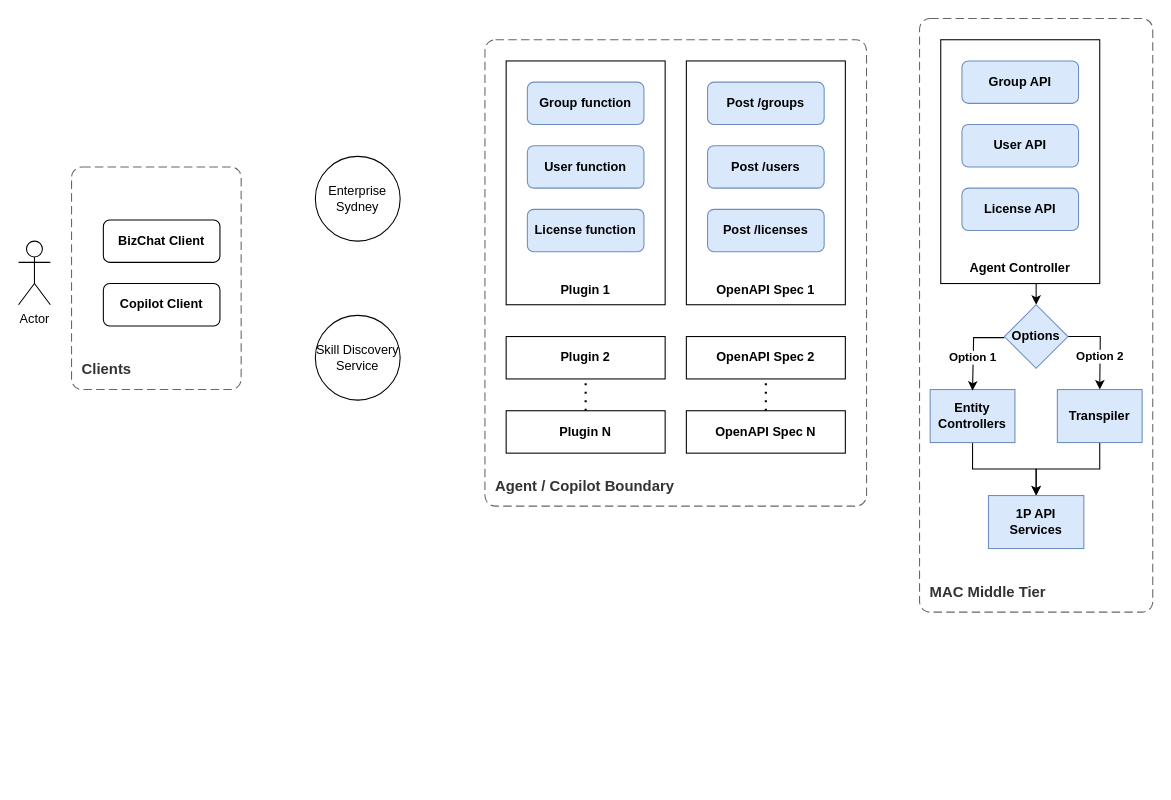
The draw.io diagram POCDesignReview.drawio in prshelke/DrawIO, before the edit. Source tidied: cells renumbered, new cells numbered last; positions are measured from the earlier drawing's top-left corner, leaving out a move shared by most shapes. Both pictures are drawn from the tidied source at 106%, with x=0, y=0 at pixel (18, 18).
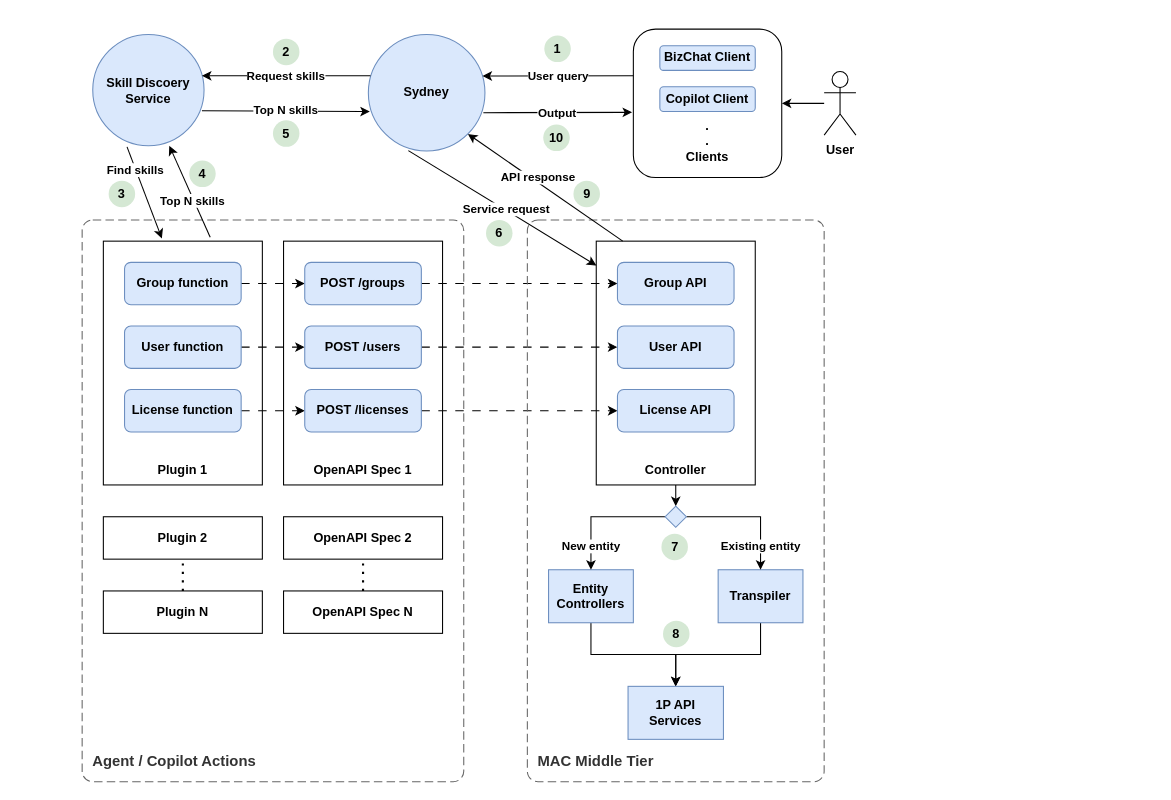
After the change.

The edit, as a diff of the source:
```diff
@@
-    <mxCell id="2" value="Actor" style="shape=umlActor;verticalLabelPosition=bottom;verticalAlign=top;html=1;outlineConnect=0;" parent="1" vertex="1">
-      <mxGeometry y="210" width="30" height="60" as="geometry" />
-    </mxCell>
-    <mxCell id="3" value="&lt;b&gt;BizChat Client&lt;/b&gt;" style="rounded=1;whiteSpace=wrap;html=1;" parent="1" vertex="1">
-      <mxGeometry x="80" y="190" width="110" height="40" as="geometry" />
-    </mxCell>
-    <object id="4" label="&lt;font style=&quot;font-size: 14px&quot;&gt;&lt;b&gt;&lt;div style=&quot;text-align: left&quot;&gt;%c4Name%&lt;/div&gt;&lt;/b&gt;&lt;/font&gt;" c4Name="Clients" placeholders="1">
-      <mxCell style="rounded=1;fontSize=11;whiteSpace=wrap;html=1;dashed=1;arcSize=20;fillColor=none;strokeColor=#666666;fontColor=#333333;labelBackgroundColor=none;align=left;verticalAlign=bottom;labelBorderColor=none;spacingTop=0;spacing=10;dashPattern=8 4;perimeter=rectanglePerimeter;noLabel=0;labelPadding=0;absoluteArcSize=1;" parent="1" vertex="1">
-        <mxGeometry x="50" y="140" width="160" height="210" as="geometry" />
-      </mxCell>
-    </object>
-    <mxCell id="5" value="Enterprise Sydney" style="ellipse;whiteSpace=wrap;html=1;" parent="1" vertex="1">
-      <mxGeometry x="280" y="130" width="80" height="80" as="geometry" />
+    <mxCell id="5" value="Sydney" style="ellipse;whiteSpace=wrap;html=1;fontStyle=1;fillColor=#dae8fc;strokeColor=#6c8ebf;" parent="1" vertex="1">
+      <mxGeometry x="330" y="15" width="110" height="110" as="geometry" />
     </mxCell>
-    <object id="6" label="&lt;font style=&quot;font-size: 14px&quot;&gt;&lt;b&gt;&lt;div style=&quot;text-align: right&quot;&gt;%c4Name%&lt;/div&gt;&lt;/b&gt;&lt;/font&gt;" c4Name="Agent / Copilot Boundary" placeholders="1">
+    <object id="6" label="&lt;font style=&quot;font-size: 14px&quot;&gt;&lt;b&gt;&lt;div style=&quot;text-align: right&quot;&gt;%c4Name%&lt;/div&gt;&lt;/b&gt;&lt;/font&gt;" c4Name="Agent / Copilot Actions" placeholders="1">
       <mxCell style="rounded=1;fontSize=11;whiteSpace=wrap;html=1;dashed=1;arcSize=20;fillColor=none;strokeColor=#666666;fontColor=#333333;labelBackgroundColor=none;align=left;verticalAlign=bottom;labelBorderColor=none;spacingTop=0;spacing=10;dashPattern=8 4;perimeter=rectanglePerimeter;noLabel=0;labelPadding=0;absoluteArcSize=1;" parent="1" vertex="1">
-        <mxGeometry x="440" y="20" width="360" height="440" as="geometry" />
+        <mxGeometry x="60" y="190" width="360" height="530" as="geometry" />
       </mxCell>
     </object>
     <mxCell id="7" value="&lt;div&gt;&lt;br&gt;&lt;/div&gt;&lt;div&gt;&lt;br&gt;&lt;/div&gt;&lt;div&gt;&lt;br&gt;&lt;/div&gt;&lt;div&gt;&lt;br&gt;&lt;/div&gt;&lt;div&gt;&lt;br&gt;&lt;/div&gt;&lt;div&gt;&lt;br&gt;&lt;/div&gt;&lt;div&gt;&lt;br&gt;&lt;/div&gt;&lt;div&gt;&lt;br&gt;&lt;/div&gt;&lt;div&gt;&lt;br&gt;&lt;/div&gt;&lt;div&gt;&lt;br&gt;&lt;/div&gt;&lt;div&gt;&lt;br&gt;&lt;/div&gt;&lt;div&gt;&lt;br&gt;&lt;/div&gt;&lt;div&gt;&lt;br&gt;&lt;/div&gt;&lt;div&gt;&lt;br&gt;&lt;/div&gt;&lt;b&gt;Plugin 1&lt;/b&gt;" style="rounded=0;whiteSpace=wrap;html=1;" parent="1" vertex="1">
-      <mxGeometry x="460" y="40" width="150" height="230" as="geometry" />
+      <mxGeometry x="80" y="210" width="150" height="230" as="geometry" />
     </mxCell>
     <mxCell id="8" value="&lt;b&gt;Plugin 2&lt;/b&gt;" style="rounded=0;whiteSpace=wrap;html=1;" parent="1" vertex="1">
-      <mxGeometry x="460" y="300" width="150" height="40" as="geometry" />
+      <mxGeometry x="80" y="470" width="150" height="40" as="geometry" />
     </mxCell>
     <mxCell id="9" value="&lt;b&gt;Plugin N&lt;/b&gt;" style="rounded=0;whiteSpace=wrap;html=1;" parent="1" vertex="1">
-      <mxGeometry x="460" y="370" width="150" height="40" as="geometry" />
+      <mxGeometry x="80" y="540" width="150" height="40" as="geometry" />
     </mxCell>
@@
+    <mxCell id="15" value="&lt;div&gt;&lt;br&gt;&lt;/div&gt;&lt;div&gt;&lt;br&gt;&lt;/div&gt;&lt;div&gt;&lt;br&gt;&lt;/div&gt;&lt;div&gt;&lt;br&gt;&lt;/div&gt;&lt;div&gt;&lt;br&gt;&lt;/div&gt;&lt;div&gt;&lt;br&gt;&lt;/div&gt;&lt;div&gt;&lt;br&gt;&lt;/div&gt;&lt;div&gt;&lt;br&gt;&lt;/div&gt;&lt;div&gt;&lt;br&gt;&lt;/div&gt;&lt;div&gt;&lt;br&gt;&lt;/div&gt;&lt;div&gt;&lt;br&gt;&lt;/div&gt;&lt;div&gt;&lt;br&gt;&lt;/div&gt;&lt;div&gt;&lt;br&gt;&lt;/div&gt;&lt;div&gt;&lt;br&gt;&lt;/div&gt;&lt;b&gt;OpenAPI Spec 1&lt;/b&gt;" style="rounded=0;whiteSpace=wrap;html=1;" parent="1" vertex="1">
+      <mxGeometry x="250" y="210" width="150" height="230" as="geometry" />
+    </mxCell>
+    <mxCell id="37" style="edgeStyle=orthogonalEdgeStyle;rounded=0;jettySize=auto;html=1;entryX=0;entryY=0.5;entryDx=0;entryDy=0;dashed=1;dashPattern=8 8;" parent="1" edge="1" source="11" target="19">
+      <mxGeometry relative="1" as="geometry" />
+    </mxCell>
     <mxCell id="11" value="&lt;b&gt;Group function&lt;/b&gt;" style="rounded=1;whiteSpace=wrap;html=1;fillColor=#dae8fc;strokeColor=#6c8ebf;" parent="1" vertex="1">
-      <mxGeometry x="480" y="60" width="110" height="40" as="geometry" />
+      <mxGeometry x="100" y="230" width="110" height="40" as="geometry" />
     </mxCell>
+    <mxCell id="38" style="edgeStyle=orthogonalEdgeStyle;rounded=0;jettySize=auto;html=1;entryX=0;entryY=0.5;entryDx=0;entryDy=0;dashed=1;dashPattern=8 8;" parent="1" edge="1" source="12" target="20">
+      <mxGeometry relative="1" as="geometry" />
+    </mxCell>
     <mxCell id="12" value="&lt;b&gt;License function&lt;/b&gt;" style="rounded=1;whiteSpace=wrap;html=1;fillColor=#dae8fc;strokeColor=#6c8ebf;" parent="1" vertex="1">
-      <mxGeometry x="480" y="180" width="110" height="40" as="geometry" />
+      <mxGeometry x="100" y="350" width="110" height="40" as="geometry" />
     </mxCell>
+    <mxCell id="39" style="edgeStyle=orthogonalEdgeStyle;rounded=0;jettySize=auto;html=1;entryX=0;entryY=0.5;entryDx=0;entryDy=0;dashed=1;dashPattern=8 8;" parent="1" edge="1" source="13" target="21">
+      <mxGeometry relative="1" as="geometry" />
+    </mxCell>
     <mxCell id="13" value="&lt;b&gt;User function&lt;/b&gt;" style="rounded=1;whiteSpace=wrap;html=1;fillColor=#dae8fc;strokeColor=#6c8ebf;" parent="1" vertex="1">
-      <mxGeometry x="480" y="120" width="110" height="40" as="geometry" />
+      <mxGeometry x="100" y="290" width="110" height="40" as="geometry" />
     </mxCell>
-    <mxCell id="14" value="&lt;div&gt;Skill Discovery Service&lt;/div&gt;" style="ellipse;whiteSpace=wrap;html=1;" parent="1" vertex="1">
-      <mxGeometry x="280" y="280" width="80" height="80" as="geometry" />
+    <mxCell id="14" value="&lt;div&gt;Skill Discoery Service&lt;/div&gt;" style="ellipse;whiteSpace=wrap;html=1;fontStyle=1;fillColor=#dae8fc;strokeColor=#6c8ebf;" parent="1" vertex="1">
+      <mxGeometry x="70" y="15" width="105" height="105" as="geometry" />
     </mxCell>
-    <mxCell id="15" value="&lt;div&gt;&lt;br&gt;&lt;/div&gt;&lt;div&gt;&lt;br&gt;&lt;/div&gt;&lt;div&gt;&lt;br&gt;&lt;/div&gt;&lt;div&gt;&lt;br&gt;&lt;/div&gt;&lt;div&gt;&lt;br&gt;&lt;/div&gt;&lt;div&gt;&lt;br&gt;&lt;/div&gt;&lt;div&gt;&lt;br&gt;&lt;/div&gt;&lt;div&gt;&lt;br&gt;&lt;/div&gt;&lt;div&gt;&lt;br&gt;&lt;/div&gt;&lt;div&gt;&lt;br&gt;&lt;/div&gt;&lt;div&gt;&lt;br&gt;&lt;/div&gt;&lt;div&gt;&lt;br&gt;&lt;/div&gt;&lt;div&gt;&lt;br&gt;&lt;/div&gt;&lt;div&gt;&lt;br&gt;&lt;/div&gt;&lt;b&gt;OpenAPI Spec 1&lt;/b&gt;" style="rounded=0;whiteSpace=wrap;html=1;" parent="1" vertex="1">
-      <mxGeometry x="630" y="40" width="150" height="230" as="geometry" />
-    </mxCell>
     <mxCell id="16" value="&lt;b&gt;OpenAPI Spec 2&lt;/b&gt;" style="rounded=0;whiteSpace=wrap;html=1;" parent="1" vertex="1">
-      <mxGeometry x="630" y="300" width="150" height="40" as="geometry" />
+      <mxGeometry x="250" y="470" width="150" height="40" as="geometry" />
     </mxCell>
     <mxCell id="17" value="&lt;b&gt;OpenAPI Spec N&lt;/b&gt;" style="rounded=0;whiteSpace=wrap;html=1;" parent="1" vertex="1">
-      <mxGeometry x="630" y="370" width="150" height="40" as="geometry" />
+      <mxGeometry x="250" y="540" width="150" height="40" as="geometry" />
     </mxCell>
+    <mxCell id="24" value="&lt;div&gt;&lt;br&gt;&lt;/div&gt;&lt;div&gt;&lt;br&gt;&lt;/div&gt;&lt;div&gt;&lt;br&gt;&lt;/div&gt;&lt;div&gt;&lt;br&gt;&lt;/div&gt;&lt;div&gt;&lt;br&gt;&lt;/div&gt;&lt;div&gt;&lt;br&gt;&lt;/div&gt;&lt;div&gt;&lt;br&gt;&lt;/div&gt;&lt;div&gt;&lt;br&gt;&lt;/div&gt;&lt;div&gt;&lt;br&gt;&lt;/div&gt;&lt;div&gt;&lt;br&gt;&lt;/div&gt;&lt;div&gt;&lt;br&gt;&lt;/div&gt;&lt;div&gt;&lt;br&gt;&lt;/div&gt;&lt;div&gt;&lt;br&gt;&lt;/div&gt;&lt;div&gt;&lt;br&gt;&lt;/div&gt;&lt;b&gt;Controller&lt;/b&gt;" style="rounded=0;whiteSpace=wrap;html=1;" parent="1" vertex="1">
+      <mxGeometry x="545" y="210" width="150" height="230" as="geometry" />
+    </mxCell>
@@
+    <mxCell id="40" style="edgeStyle=orthogonalEdgeStyle;rounded=0;jettySize=auto;html=1;entryX=0;entryY=0.5;entryDx=0;entryDy=0;dashed=1;dashPattern=8 8;" parent="1" edge="1" source="19" target="25">
+      <mxGeometry relative="1" as="geometry" />
+    </mxCell>
-    <mxCell id="19" value="&lt;b&gt;Post /groups&lt;/b&gt;" style="rounded=1;whiteSpace=wrap;html=1;fillColor=#dae8fc;strokeColor=#6c8ebf;" parent="1" vertex="1">
-      <mxGeometry x="650" y="60" width="110" height="40" as="geometry" />
+    <mxCell id="19" value="&lt;b&gt;POST /groups&lt;/b&gt;" style="rounded=1;whiteSpace=wrap;html=1;fillColor=#dae8fc;strokeColor=#6c8ebf;" parent="1" vertex="1">
+      <mxGeometry x="270" y="230" width="110" height="40" as="geometry" />
     </mxCell>
+    <mxCell id="41" style="edgeStyle=orthogonalEdgeStyle;rounded=0;jettySize=auto;html=1;entryX=0;entryY=0.5;entryDx=0;entryDy=0;dashed=1;dashPattern=8 8;" parent="1" edge="1" source="20" target="26">
+      <mxGeometry relative="1" as="geometry" />
+    </mxCell>
-    <mxCell id="20" value="&lt;b&gt;Post /licenses&lt;/b&gt;" style="rounded=1;whiteSpace=wrap;html=1;fillColor=#dae8fc;strokeColor=#6c8ebf;" parent="1" vertex="1">
-      <mxGeometry x="650" y="180" width="110" height="40" as="geometry" />
+    <mxCell id="20" value="&lt;b&gt;POST /licenses&lt;/b&gt;" style="rounded=1;whiteSpace=wrap;html=1;fillColor=#dae8fc;strokeColor=#6c8ebf;" parent="1" vertex="1">
+      <mxGeometry x="270" y="350" width="110" height="40" as="geometry" />
     </mxCell>
+    <mxCell id="42" style="edgeStyle=orthogonalEdgeStyle;rounded=0;jettySize=auto;html=1;entryX=0;entryY=0.5;entryDx=0;entryDy=0;dashed=1;dashPattern=8 8;" parent="1" edge="1" source="21" target="27">
+      <mxGeometry relative="1" as="geometry" />
+    </mxCell>
-    <mxCell id="21" value="&lt;b&gt;Post /users&lt;/b&gt;" style="rounded=1;whiteSpace=wrap;html=1;fillColor=#dae8fc;strokeColor=#6c8ebf;" parent="1" vertex="1">
-      <mxGeometry x="650" y="120" width="110" height="40" as="geometry" />
+    <mxCell id="21" value="&lt;b&gt;POST /users&lt;/b&gt;" style="rounded=1;whiteSpace=wrap;html=1;fillColor=#dae8fc;strokeColor=#6c8ebf;" parent="1" vertex="1">
+      <mxGeometry x="270" y="290" width="110" height="40" as="geometry" />
     </mxCell>
     <object id="22" label="&lt;font style=&quot;font-size: 14px&quot;&gt;&lt;b&gt;&lt;div style=&quot;text-align: right&quot;&gt;%c4Name%&lt;/div&gt;&lt;/b&gt;&lt;/font&gt;" c4Name="MAC Middle Tier" placeholders="1">
       <mxCell style="rounded=1;fontSize=11;whiteSpace=wrap;html=1;dashed=1;arcSize=20;fillColor=none;strokeColor=#666666;fontColor=#333333;labelBackgroundColor=none;align=left;verticalAlign=bottom;labelBorderColor=none;spacingTop=0;spacing=10;dashPattern=8 4;perimeter=rectanglePerimeter;noLabel=0;labelPadding=0;absoluteArcSize=1;" parent="1" vertex="1">
-        <mxGeometry x="850" width="220" height="560" as="geometry" />
+        <mxGeometry x="480" y="190" width="280" height="530" as="geometry" />
       </mxCell>
     </object>
@@
-    <mxCell id="24" value="&lt;div&gt;&lt;br&gt;&lt;/div&gt;&lt;div&gt;&lt;br&gt;&lt;/div&gt;&lt;div&gt;&lt;br&gt;&lt;/div&gt;&lt;div&gt;&lt;br&gt;&lt;/div&gt;&lt;div&gt;&lt;br&gt;&lt;/div&gt;&lt;div&gt;&lt;br&gt;&lt;/div&gt;&lt;div&gt;&lt;br&gt;&lt;/div&gt;&lt;div&gt;&lt;br&gt;&lt;/div&gt;&lt;div&gt;&lt;br&gt;&lt;/div&gt;&lt;div&gt;&lt;br&gt;&lt;/div&gt;&lt;div&gt;&lt;br&gt;&lt;/div&gt;&lt;div&gt;&lt;br&gt;&lt;/div&gt;&lt;div&gt;&lt;br&gt;&lt;/div&gt;&lt;div&gt;&lt;br&gt;&lt;/div&gt;&lt;b&gt;Agent Controller&lt;/b&gt;" style="rounded=0;whiteSpace=wrap;html=1;" parent="1" vertex="1">
-      <mxGeometry x="870" y="20" width="150" height="230" as="geometry" />
-    </mxCell>
     <mxCell id="25" value="&lt;b&gt;Group API&lt;/b&gt;" style="rounded=1;whiteSpace=wrap;html=1;fillColor=#dae8fc;strokeColor=#6c8ebf;" parent="1" vertex="1">
-      <mxGeometry x="890" y="40" width="110" height="40" as="geometry" />
+      <mxGeometry x="565" y="230" width="110" height="40" as="geometry" />
     </mxCell>
     <mxCell id="26" value="&lt;b&gt;License API&lt;/b&gt;" style="rounded=1;whiteSpace=wrap;html=1;fillColor=#dae8fc;strokeColor=#6c8ebf;" parent="1" vertex="1">
-      <mxGeometry x="890" y="160" width="110" height="40" as="geometry" />
+      <mxGeometry x="565" y="350" width="110" height="40" as="geometry" />
     </mxCell>
     <mxCell id="27" value="&lt;b&gt;User API&lt;/b&gt;" style="rounded=1;whiteSpace=wrap;html=1;fillColor=#dae8fc;strokeColor=#6c8ebf;" parent="1" vertex="1">
-      <mxGeometry x="890" y="100" width="110" height="40" as="geometry" />
+      <mxGeometry x="565" y="290" width="110" height="40" as="geometry" />
     </mxCell>
@@
     <mxCell id="29" value="&lt;div&gt;&lt;b style=&quot;background-color: transparent; color: light-dark(rgb(0, 0, 0), rgb(255, 255, 255));&quot;&gt;Entity Controllers&lt;/b&gt;&lt;/div&gt;" style="rounded=0;whiteSpace=wrap;html=1;fillColor=#dae8fc;strokeColor=#6c8ebf;" parent="1" vertex="1">
-      <mxGeometry x="860" y="350" width="80" height="50" as="geometry" />
+      <mxGeometry x="500" y="520" width="80" height="50" as="geometry" />
     </mxCell>
@@
     <mxCell id="31" value="&lt;div&gt;&lt;b style=&quot;background-color: transparent; color: light-dark(rgb(0, 0, 0), rgb(255, 255, 255));&quot;&gt;Transpiler&lt;/b&gt;&lt;/div&gt;" style="rounded=0;whiteSpace=wrap;html=1;fillColor=#dae8fc;strokeColor=#6c8ebf;" parent="1" vertex="1">
-      <mxGeometry x="980" y="350" width="80" height="50" as="geometry" />
+      <mxGeometry x="660" y="520" width="80" height="50" as="geometry" />
     </mxCell>
     <mxCell id="32" value="&lt;div&gt;&lt;b style=&quot;background-color: transparent; color: light-dark(rgb(0, 0, 0), rgb(255, 255, 255));&quot;&gt;1P API Services&lt;/b&gt;&lt;/div&gt;" style="rounded=0;whiteSpace=wrap;html=1;fillColor=#dae8fc;strokeColor=#6c8ebf;" parent="1" vertex="1">
-      <mxGeometry x="915" y="450" width="90" height="50" as="geometry" />
+      <mxGeometry x="575" y="630" width="90" height="50" as="geometry" />
     </mxCell>
-    <mxCell id="33" value="&lt;b&gt;Option 2&lt;/b&gt;" style="edgeStyle=orthogonalEdgeStyle;rounded=0;jettySize=auto;html=1;exitX=1;exitY=0.5;exitDx=0;exitDy=0;" parent="1" edge="1" source="35">
-      <mxGeometry x="0.25" relative="1" as="geometry">
-        <mxPoint x="1020" y="350" as="targetPoint" />
-      </mxGeometry>
-    </mxCell>
-    <mxCell id="34" value="&lt;b&gt;Option 1&lt;/b&gt;" style="edgeStyle=orthogonalEdgeStyle;rounded=0;orthogonalLoop=1;jettySize=auto;html=1;exitX=0;exitY=0.5;exitDx=0;exitDy=0;" parent="1" edge="1">
-      <mxGeometry x="0.21" y="-1" relative="1" as="geometry">
-        <mxPoint x="930" y="301" as="sourcePoint" />
-        <mxPoint x="900" y="351" as="targetPoint" />
-        <Array as="points">
-          <mxPoint x="901" y="301" />
-        </Array>
-      </mxGeometry>
-    </mxCell>
+    <mxCell id="43" value="&lt;b&gt;New entity&lt;/b&gt;" style="edgeStyle=orthogonalEdgeStyle;rounded=0;jettySize=auto;html=1;entryX=0.5;entryY=0;entryDx=0;entryDy=0;" parent="1" edge="1" source="35" target="29">
+      <mxGeometry x="0.64" relative="1" as="geometry" />
+    </mxCell>
+    <mxCell id="44" value="&lt;b&gt;Existing entity&lt;/b&gt;" style="edgeStyle=orthogonalEdgeStyle;rounded=0;jettySize=auto;html=1;exitX=1;exitY=0.5;exitDx=0;exitDy=0;entryX=0.5;entryY=0;entryDx=0;entryDy=0;" parent="1" edge="1" source="35" target="31">
+      <mxGeometry x="0.64" relative="1" as="geometry" />
+    </mxCell>
-    <mxCell id="35" value="&lt;b&gt;Options&lt;/b&gt;" style="rhombus;whiteSpace=wrap;html=1;fillColor=#dae8fc;strokeColor=#6c8ebf;" parent="1" vertex="1">
-      <mxGeometry x="930" y="270" width="60" height="60" as="geometry" />
+    <mxCell id="35" style="rhombus;whiteSpace=wrap;html=1;fillColor=#dae8fc;strokeColor=#6c8ebf;" parent="1" vertex="1">
+      <mxGeometry x="610" y="460" width="20" height="20" as="geometry" />
     </mxCell>
+    <mxCell id="45" value="&lt;b&gt;Request skills&lt;/b&gt;" style="endArrow=classic;html=1;rounded=0;" parent="1" edge="1">
+      <mxGeometry relative="1" as="geometry">
+        <mxPoint x="332" y="54" as="sourcePoint" />
+        <mxPoint x="173" y="54" as="targetPoint" />
+      </mxGeometry>
+    </mxCell>
+    <mxCell id="46" value="&lt;b&gt;Top N skills&lt;/b&gt;" style="endArrow=classic;html=1;rounded=0;exitX=0.981;exitY=0.732;exitDx=0;exitDy=0;exitPerimeter=0;entryX=0.093;entryY=0.76;entryDx=0;entryDy=0;entryPerimeter=0;" parent="1" edge="1">
+      <mxGeometry relative="1" as="geometry">
+        <mxPoint x="173" y="86.9" as="sourcePoint" />
+        <mxPoint x="331.4" y="87.8" as="targetPoint" />
+      </mxGeometry>
+    </mxCell>
+    <mxCell id="47" value="&lt;b&gt;Find skills&lt;/b&gt;" style="endArrow=classic;html=1;rounded=0;exitX=0.308;exitY=1.01;exitDx=0;exitDy=0;exitPerimeter=0;entryX=0.368;entryY=-0.011;entryDx=0;entryDy=0;entryPerimeter=0;" parent="1" edge="1" source="14" target="7">
+      <mxGeometry x="-0.5" y="-1" relative="1" as="geometry" />
+    </mxCell>
+    <mxCell id="48" value="&lt;b&gt;Top N skills&lt;/b&gt;" style="endArrow=classic;html=1;rounded=0;exitX=0.672;exitY=-0.016;exitDx=0;exitDy=0;exitPerimeter=0;entryX=0.688;entryY=1;entryDx=0;entryDy=0;entryPerimeter=0;" parent="1" edge="1" source="7" target="14">
+      <mxGeometry x="-0.19" y="1" relative="1" as="geometry" />
+    </mxCell>
+    <mxCell id="49" value="&lt;b&gt;Output&lt;/b&gt;" style="endArrow=classic;html=1;rounded=0;exitX=0.977;exitY=0.689;exitDx=0;exitDy=0;exitPerimeter=0;entryX=0.006;entryY=0.561;entryDx=0;entryDy=0;entryPerimeter=0;" parent="1" edge="1">
+      <mxGeometry relative="1" as="geometry">
+        <mxPoint x="438.5" y="88.8" as="sourcePoint" />
+        <mxPoint x="578.8" y="88.5" as="targetPoint" />
+      </mxGeometry>
+    </mxCell>
+    <mxCell id="50" value="&lt;b&gt;Service request&lt;/b&gt;" style="endArrow=classic;html=1;rounded=0;entryX=0.001;entryY=0.1;entryDx=0;entryDy=0;exitX=0.343;exitY=0.996;exitDx=0;exitDy=0;entryPerimeter=0;exitPerimeter=0;" parent="1" edge="1" source="5" target="24">
+      <mxGeometry x="0.04" y="1" relative="1" as="geometry" />
+    </mxCell>
+    <mxCell id="51" value="&lt;b&gt;API response&lt;/b&gt;" style="endArrow=classic;html=1;rounded=0;entryX=1;entryY=1;entryDx=0;entryDy=0;" parent="1" edge="1" target="5">
+      <mxGeometry x="0.12" y="-4" relative="1" as="geometry">
+        <mxPoint x="570" y="210" as="sourcePoint" />
+      </mxGeometry>
+    </mxCell>
+    <mxCell id="52" value="1" style="ellipse;whiteSpace=wrap;html=1;fillColor=#d5e8d4;strokeColor=none;fontStyle=1;" parent="1" vertex="1">
+      <mxGeometry x="496" y="16" width="25" height="25" as="geometry" />
+    </mxCell>
+    <mxCell id="53" value="&lt;b&gt;2&lt;/b&gt;" style="ellipse;whiteSpace=wrap;html=1;fillColor=#d5e8d4;strokeColor=none;" parent="1" vertex="1">
+      <mxGeometry x="240" y="19" width="25" height="25" as="geometry" />
+    </mxCell>
+    <mxCell id="54" value="&lt;b&gt;8&lt;/b&gt;" style="ellipse;whiteSpace=wrap;html=1;fillColor=#d5e8d4;strokeColor=none;" parent="1" vertex="1">
+      <mxGeometry x="608" y="568" width="25" height="25" as="geometry" />
+    </mxCell>
+    <mxCell id="55" value="6" style="ellipse;whiteSpace=wrap;html=1;fillColor=#d5e8d4;strokeColor=none;fontStyle=1;" parent="1" vertex="1">
+      <mxGeometry x="441" y="190" width="25" height="25" as="geometry" />
+    </mxCell>
+    <mxCell id="56" value="5" style="ellipse;whiteSpace=wrap;html=1;fillColor=#d5e8d4;strokeColor=none;fontStyle=1;" parent="1" vertex="1">
+      <mxGeometry x="240" y="96" width="25" height="25" as="geometry" />
+    </mxCell>
+    <mxCell id="57" value="&lt;b&gt;4&lt;/b&gt;" style="ellipse;whiteSpace=wrap;html=1;fillColor=#d5e8d4;strokeColor=none;" parent="1" vertex="1">
+      <mxGeometry x="161" y="134" width="25" height="25" as="geometry" />
+    </mxCell>
+    <mxCell id="58" value="3" style="ellipse;whiteSpace=wrap;html=1;fillColor=#d5e8d4;strokeColor=none;fontStyle=1;" parent="1" vertex="1">
+      <mxGeometry x="85" y="153" width="25" height="25" as="geometry" />
+    </mxCell>
+    <mxCell id="59" value="&lt;b&gt;7&lt;/b&gt;" style="ellipse;whiteSpace=wrap;html=1;fillColor=#d5e8d4;strokeColor=none;" parent="1" vertex="1">
+      <mxGeometry x="606.5" y="486" width="25" height="25" as="geometry" />
+    </mxCell>
+    <mxCell id="60" style="edgeStyle=orthogonalEdgeStyle;rounded=0;jettySize=auto;html=1;entryX=1;entryY=0.5;entryDx=0;entryDy=0;" parent="1" edge="1" source="2" target="61">
+      <mxGeometry relative="1" as="geometry" />
+    </mxCell>
+    <mxCell id="2" value="User" style="shape=umlActor;verticalLabelPosition=bottom;verticalAlign=top;html=1;outlineConnect=0;fontStyle=1;" parent="1" vertex="1">
+      <mxGeometry x="760" y="50" width="30" height="60" as="geometry" />
+    </mxCell>
+    <mxCell id="61" value="&lt;div&gt;&lt;b&gt;&lt;br&gt;&lt;/b&gt;&lt;/div&gt;&lt;div&gt;&lt;b&gt;&lt;br&gt;&lt;/b&gt;&lt;/div&gt;&lt;div&gt;&lt;b&gt;&lt;br&gt;&lt;/b&gt;&lt;/div&gt;&lt;div&gt;&lt;b&gt;&lt;br&gt;&lt;/b&gt;&lt;/div&gt;&lt;div&gt;&lt;b&gt;&lt;br&gt;&lt;/b&gt;&lt;/div&gt;&lt;div&gt;&lt;b&gt;.&lt;/b&gt;&lt;/div&gt;&lt;div&gt;&lt;b&gt;.&lt;/b&gt;&lt;/div&gt;&lt;b&gt;Clients&lt;/b&gt;" style="rounded=1;whiteSpace=wrap;html=1;align=center;" parent="1" vertex="1">
+      <mxGeometry x="580" y="10" width="140" height="140" as="geometry" />
+    </mxCell>
+    <mxCell id="3" value="&lt;b&gt;BizChat Client&lt;/b&gt;" style="rounded=1;whiteSpace=wrap;html=1;fillColor=#dae8fc;strokeColor=#6c8ebf;" parent="1" vertex="1">
+      <mxGeometry x="605" y="25.6" width="90" height="23.3" as="geometry" />
+    </mxCell>
-    <mxCell id="36" value="&lt;b&gt;Copilot Client&lt;/b&gt;" style="rounded=1;whiteSpace=wrap;html=1;" parent="1" vertex="1">
-      <mxGeometry x="80" y="250" width="110" height="40" as="geometry" />
+    <mxCell id="36" value="&lt;b&gt;Copilot Client&lt;/b&gt;" style="rounded=1;whiteSpace=wrap;html=1;fillColor=#dae8fc;strokeColor=#6c8ebf;" parent="1" vertex="1">
+      <mxGeometry x="605" y="64.4" width="90" height="23.3" as="geometry" />
     </mxCell>
+    <mxCell id="62" value="&lt;b&gt;User query&lt;/b&gt;" style="endArrow=classic;html=1;rounded=0;entryX=0.997;entryY=0.356;entryDx=0;entryDy=0;entryPerimeter=0;" parent="1" edge="1">
+      <mxGeometry relative="1" as="geometry">
+        <mxPoint x="580" y="54" as="sourcePoint" />
+        <mxPoint x="437.7" y="54.2" as="targetPoint" />
+      </mxGeometry>
+    </mxCell>
+    <mxCell id="63" value="&lt;b&gt;9&lt;/b&gt;" style="ellipse;whiteSpace=wrap;html=1;fillColor=#d5e8d4;strokeColor=none;" parent="1" vertex="1">
+      <mxGeometry x="523.5" y="153" width="25" height="25" as="geometry" />
+    </mxCell>
+    <mxCell id="64" value="&lt;b&gt;10&lt;/b&gt;" style="ellipse;whiteSpace=wrap;html=1;fillColor=#d5e8d4;strokeColor=none;" parent="1" vertex="1">
+      <mxGeometry x="495" y="100" width="25" height="25" as="geometry" />
+    </mxCell>
```
